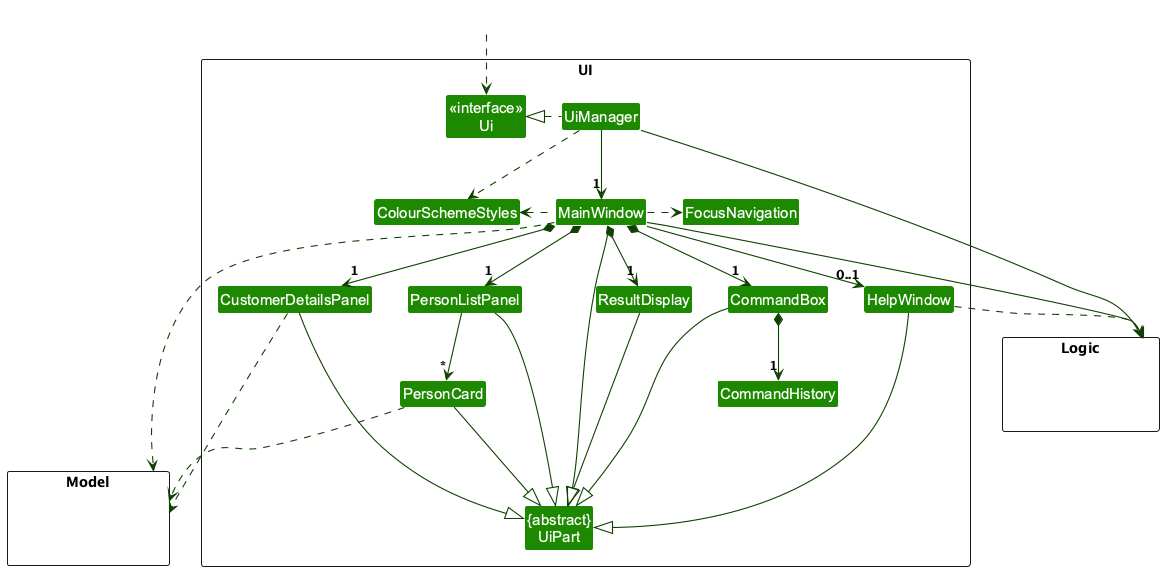
The PlantUML diagram docs/images/UiClassDiagram.png in AY2627S1-CS2103T-W09-4/tp, before a commit.
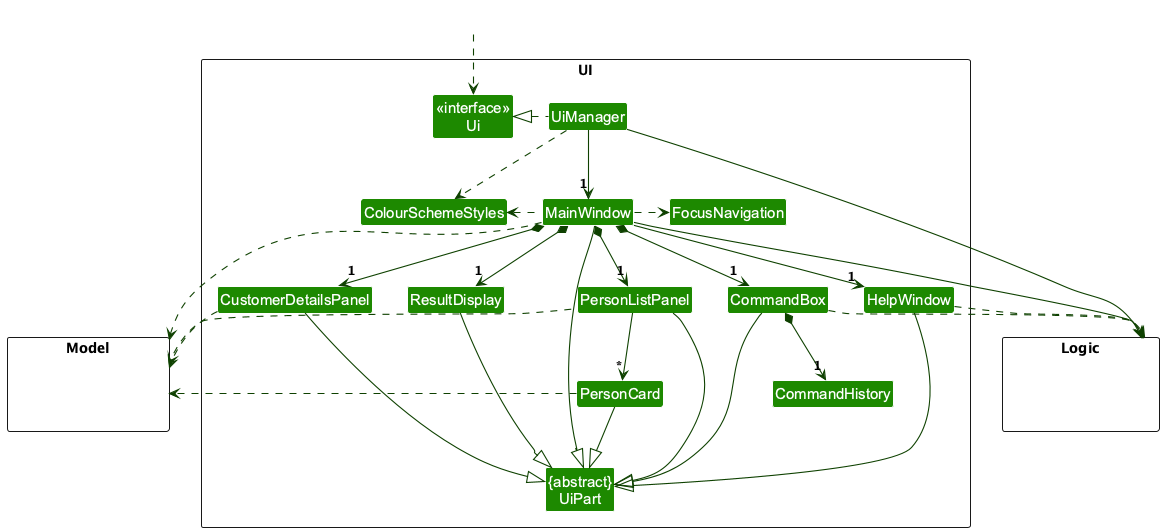
The same file after the commit.

Commit message:
Add missing UI dependencies to class diagram

CommandBox imports Logic exceptions and PersonListPanel displays
Person objects, so both depend on another component. MainWindow
always creates its HelpWindow, so the multiplicity is 1, not 0..1.

Give the new arrows directions so Model stays left and Logic right.

Diff of the diagram source:
```diff
@@ -37,7 +37,7 @@
 MainWindow *-down-> "1" ResultDisplay
 MainWindow *-down-> "1" PersonListPanel
 MainWindow *-down-> "1" CustomerDetailsPanel
-MainWindow --> "0..1" HelpWindow
+MainWindow --> "1" HelpWindow
 MainWindow .right.> FocusNavigation
 MainWindow .left.> ColourSchemeStyles
 UiManager .down.> ColourSchemeStyles
@@ -55,14 +55,16 @@
 HelpWindow --|> UiPart
 
 PersonCard ..> Model
+PersonListPanel .left.> Model
 CustomerDetailsPanel ..> Model
 MainWindow ..> Model
 UiManager -right-> Logic
 MainWindow -right-> Logic
 HelpWindow ..> Logic
+CommandBox .right.> Logic
 
 PersonListPanel -[hidden]left- HelpWindow
-HelpWindow -[hidden]left- CommandBox
+CommandBox -[hidden]left- HelpWindow
 CommandBox -[hidden]left- ResultDisplay
 ResultDisplay -[hidden]left- CustomerDetailsPanel
 
```
